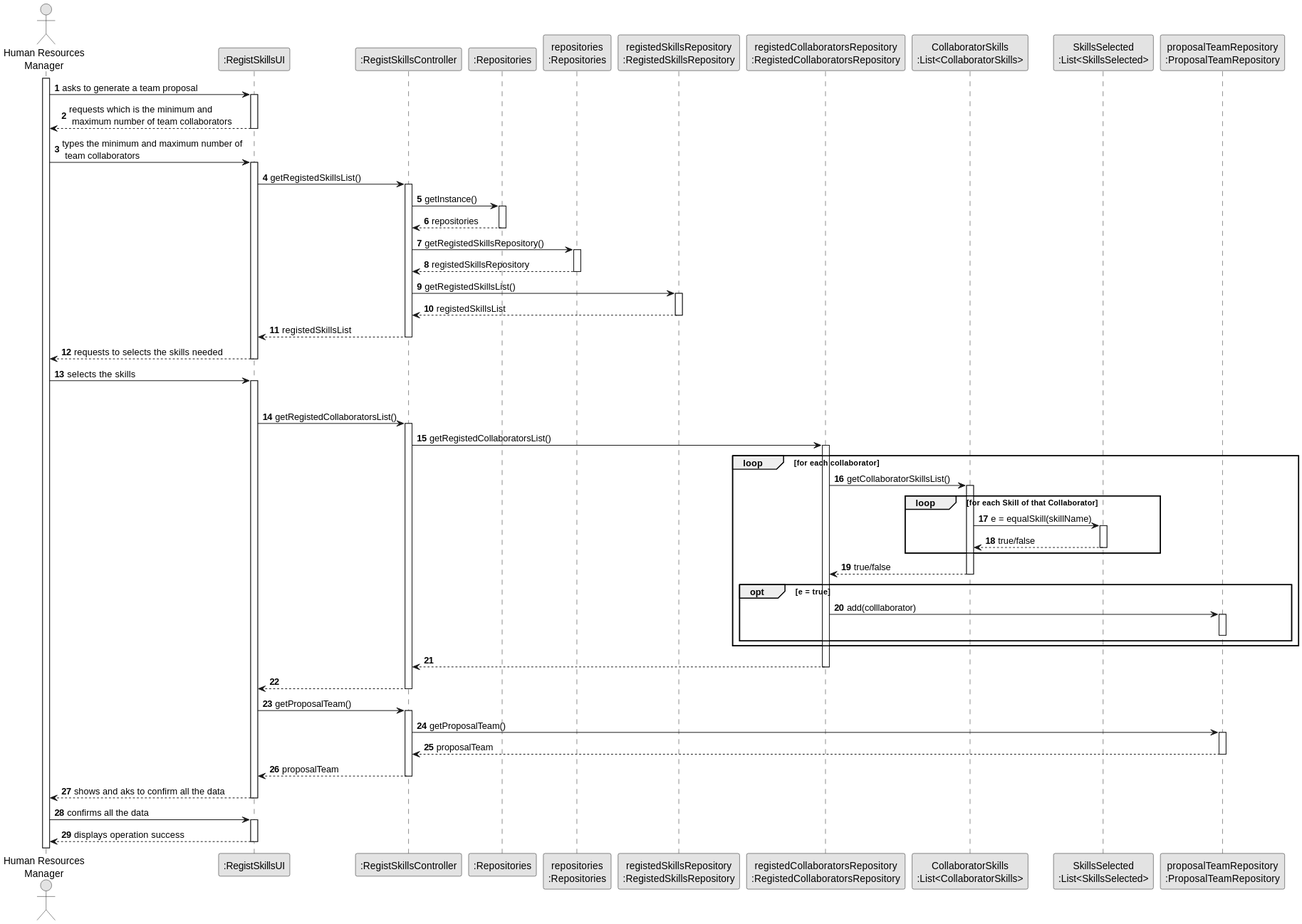
Before: docs/sprint2/us005/03.design/svg/us005-sequence-diagram-full.svg, a diagram exported from PlantUML (1231360-ISEP/lei-24-s2-1db-g021).
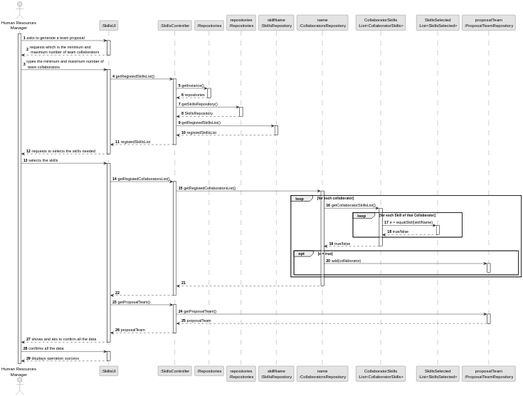
The same file after the commit.

What changed in the source:
```diff
@@ -4,15 +4,15 @@
 skinparam shadowing false
 
 actor "Human Resources\nManager" as HRM
-participant ":RegistSkillsUI" as UI
-participant ":RegistSkillsController" as CTRL
+participant ":SkillsUI" as UI
+participant ":SkillsController" as CTRL
 participant ":Repositories" as RepositorySingleton
 participant "repositories\n:Repositories" as PLAT
-participant "registedSkillsRepository\n:RegistedSkillsRepository" as RegistedSkillsRepository
-participant "registedCollaboratorsRepository\n:RegistedCollaboratorsRepository" as RegistedCollaboratorsRepository
+participant "skillName\n:SkillsRepository" as SkillsRepository
+participant "name\n:CollaboratorsRepository" as CollaboratorsRepository
 participant "CollaboratorSkills\n:List<CollaboratorSkills>" as CollaboratorSkills
 participant "SkillsSelected\n:List<SkillsSelected>" as ListOfSkillsSelected
-participant "proposalTeamRepository\n:ProposalTeamRepository" as ProposalTeamRepository
+participant "proposalTeam\n:ProposalTeamRepository" as ProposalTeamRepository
 
 autonumber 1
 
@@ -38,17 +38,17 @@
 RepositorySingleton --> CTRL: repositories
 deactivate RepositorySingleton
 
-    CTRL -> PLAT : getRegistedSkillsRepository()
+    CTRL -> PLAT : getSkillsRepository()
 activate PLAT
 
-PLAT --> CTRL: registedSkillsRepository
+PLAT --> CTRL: SkillsRepository
 deactivate PLAT
 
-    CTRL -> RegistedSkillsRepository : getRegistedSkillsList()
-activate RegistedSkillsRepository
+    CTRL -> SkillsRepository : getRegistedSkillsList()
+activate SkillsRepository
 
-RegistedSkillsRepository --> CTRL : registedSkillsList
-deactivate RegistedSkillsRepository
+SkillsRepository --> CTRL : registedSkillsList
+deactivate SkillsRepository
 
 CTRL --> UI : registedSkillsList
 deactivate CTRL
@@ -65,11 +65,11 @@
 
 activate CTRL
 
-    CTRL -> RegistedCollaboratorsRepository : getRegistedCollaboratorsList()
-activate RegistedCollaboratorsRepository
+    CTRL -> CollaboratorsRepository : getRegistedCollaboratorsList()
+activate CollaboratorsRepository
 
     loop for each collaborator
-            RegistedCollaboratorsRepository -> CollaboratorSkills : getCollaboratorSkillsList()
+            CollaboratorsRepository -> CollaboratorSkills : getCollaboratorSkillsList()
         activate CollaboratorSkills
 
             loop for each Skill of that Collaborator
@@ -79,12 +79,12 @@
                 CollaboratorSkills <-- ListOfSkillsSelected : true/false
                 deactivate ListOfSkillsSelected
             end
-        RegistedCollaboratorsRepository <-- CollaboratorSkills : true/false
+        CollaboratorsRepository <-- CollaboratorSkills : true/false
         deactivate CollaboratorSkills
 
         opt e = true
 
-            RegistedCollaboratorsRepository -> ProposalTeamRepository : add(colllaborator)
+            CollaboratorsRepository -> ProposalTeamRepository : add(colllaborator)
             activate ProposalTeamRepository
             deactivate ProposalTeamRepository
 
@@ -94,8 +94,8 @@
 
     end
 
-RegistedCollaboratorsRepository --> CTRL:
-deactivate RegistedCollaboratorsRepository
+CollaboratorsRepository --> CTRL:
+deactivate CollaboratorsRepository
 
 
 CTRL --> UI :
```
